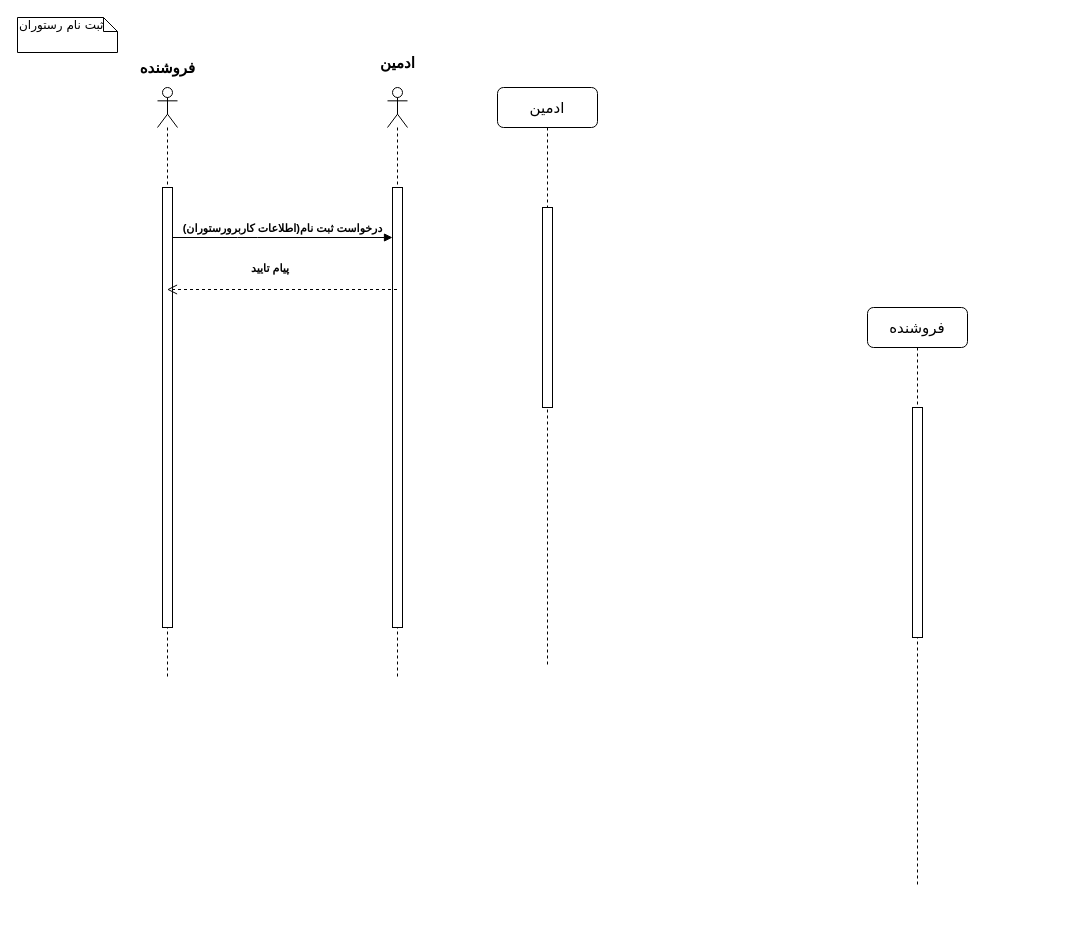
This is seller_signup.drawio from khoramian/TahDig_SoftwareEngineering, a draw.io file, before an edit. Source tidied: cells renumbered, new cells numbered last; positions are measured from the earlier drawing's top-left corner, leaving out a move shared by most shapes. Both pictures are drawn from the tidied source at 100%, with x=0, y=0 at pixel (17, 17).
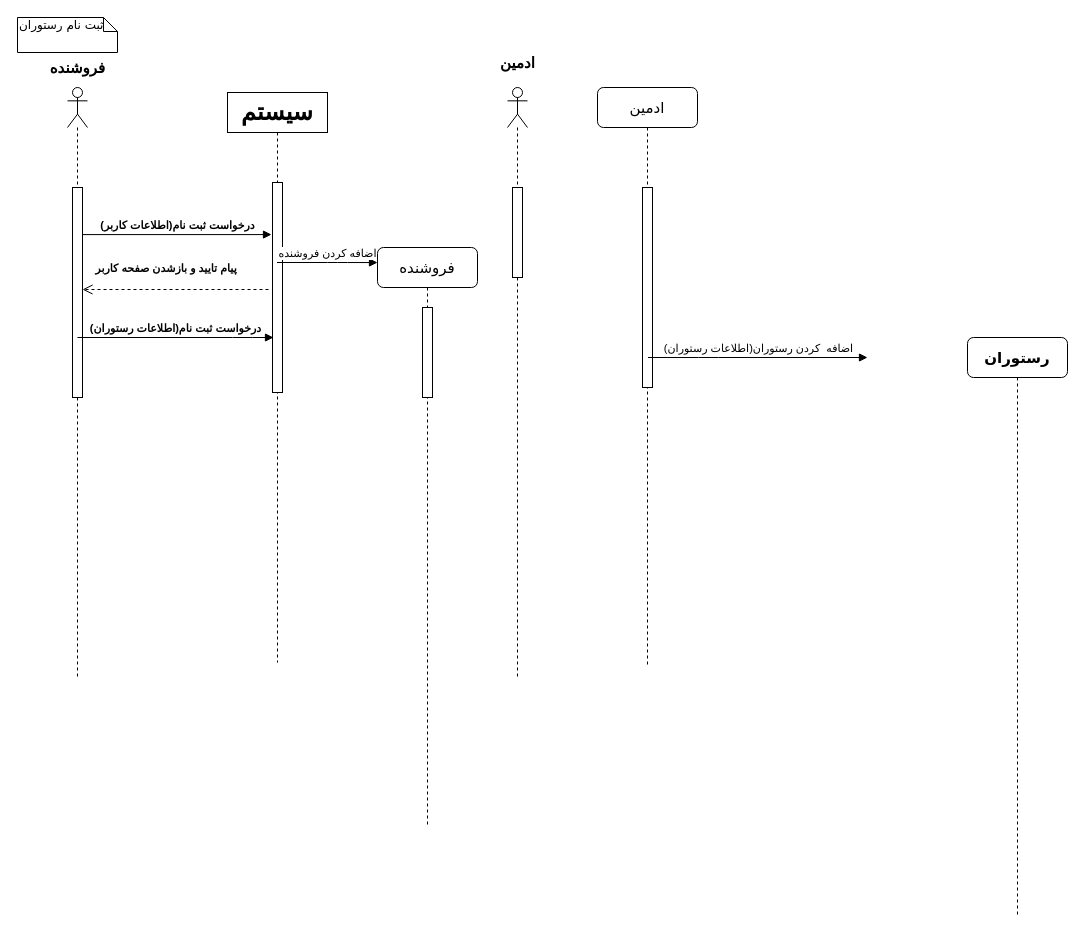
The same diagram, later.

Change to the diagram source:
```diff
@@
     <mxCell id="2" value="&lt;font style=&quot;font-size: 15px&quot;&gt;فروشنده&lt;/font&gt;" style="shape=umlLifeline;perimeter=lifelinePerimeter;whiteSpace=wrap;html=1;outlineConnect=0;rounded=1;shadow=0;comic=0;labelBackgroundColor=none;strokeWidth=1;fontFamily=Verdana;fontSize=12;align=center;" parent="1" vertex="1">
-      <mxGeometry x="850" y="290" width="100" height="580" as="geometry" />
+      <mxGeometry x="360" y="230" width="100" height="580" as="geometry" />
     </mxCell>
-    <mxCell id="3" style="html=1;perimeter=orthogonalPerimeter;rounded=0;shadow=0;comic=0;labelBackgroundColor=none;strokeWidth=1;fontFamily=Verdana;fontSize=12;align=center;" parent="2" vertex="1">
-      <mxGeometry x="45" y="100" width="10" height="230" as="geometry" />
-    </mxCell>
+    <mxCell id="15" style="html=1;perimeter=orthogonalPerimeter;rounded=0;shadow=0;comic=0;labelBackgroundColor=none;strokeWidth=1;fontFamily=Verdana;fontSize=12;align=center;" parent="2" vertex="1">
+      <mxGeometry x="45" y="60" width="10" height="90" as="geometry" />
+    </mxCell>
     <mxCell id="4" value="&lt;font style=&quot;font-size: 15px&quot;&gt;ادمین&lt;/font&gt;" style="shape=umlLifeline;perimeter=lifelinePerimeter;whiteSpace=wrap;html=1;rounded=1;shadow=0;comic=0;labelBackgroundColor=none;strokeWidth=1;fontFamily=Verdana;fontSize=12;align=center;" parent="1" vertex="1">
-      <mxGeometry x="480" y="70" width="100" height="580" as="geometry" />
+      <mxGeometry x="580" y="70" width="100" height="580" as="geometry" />
     </mxCell>
     <mxCell id="5" style="html=1;perimeter=orthogonalPerimeter;rounded=0;shadow=0;comic=0;labelBackgroundColor=none;strokeWidth=1;fontFamily=Verdana;fontSize=12;align=center;" parent="4" vertex="1">
-      <mxGeometry x="45" y="120" width="10" height="200" as="geometry" />
+      <mxGeometry x="45" y="100" width="10" height="200" as="geometry" />
     </mxCell>
@@
     <mxCell id="7" style="shape=umlLifeline;participant=umlActor;perimeter=lifelinePerimeter;whiteSpace=wrap;html=1;verticalAlign=top;spacingTop=36;" parent="1" vertex="1">
-      <mxGeometry x="140" y="70" width="20" height="590" as="geometry" />
+      <mxGeometry x="50" y="70" width="20" height="590" as="geometry" />
     </mxCell>
     <mxCell id="8" style="html=1;points=[];perimeter=orthogonalPerimeter;rounded=0;shadow=0;comic=0;labelBackgroundColor=none;strokeWidth=1;fontFamily=Verdana;fontSize=12;align=center;" parent="1" vertex="1">
-      <mxGeometry x="145" y="170" width="10" height="440" as="geometry" />
+      <mxGeometry x="55" y="170" width="10" height="210" as="geometry" />
     </mxCell>
     <mxCell id="9" value="&lt;font style=&quot;font-size: 15px&quot;&gt;&lt;b&gt;فروشنده&lt;/b&gt;&lt;/font&gt;" style="text;html=1;align=center;verticalAlign=middle;" parent="1" vertex="1">
-      <mxGeometry x="120" y="40" width="60" height="20" as="geometry" />
+      <mxGeometry x="30" y="40" width="60" height="20" as="geometry" />
     </mxCell>
     <mxCell id="10" style="shape=umlLifeline;participant=umlActor;perimeter=lifelinePerimeter;whiteSpace=wrap;html=1;verticalAlign=top;spacingTop=36;" parent="1" vertex="1">
-      <mxGeometry x="370" y="70" width="20" height="590" as="geometry" />
+      <mxGeometry x="490" y="70" width="20" height="590" as="geometry" />
     </mxCell>
-    <mxCell id="11" style="html=1;points=[];perimeter=orthogonalPerimeter;rounded=0;shadow=0;comic=0;labelBackgroundColor=none;strokeWidth=1;fontFamily=Verdana;fontSize=12;align=center;" parent="10" vertex="1">
-      <mxGeometry x="5" y="100" width="10" height="440" as="geometry" />
-    </mxCell>
     <mxCell id="12" value="&lt;b&gt;&lt;font style=&quot;font-size: 15px&quot;&gt;ادمین&lt;/font&gt;&lt;/b&gt;" style="text;html=1;align=center;verticalAlign=middle;" parent="1" vertex="1">
-      <mxGeometry x="360" y="35" width="40" height="20" as="geometry" />
+      <mxGeometry x="480" y="35" width="40" height="20" as="geometry" />
     </mxCell>
-    <mxCell id="13" value="&lt;b&gt;درخواست ثبت نام(اطلاعات کاربرورستوران)&lt;/b&gt;" style="html=1;verticalAlign=bottom;endArrow=block;" parent="1" edge="1" source="8" target="11">
-      <mxGeometry relative="1" as="geometry">
-        <Array as="points">
-          <mxPoint x="230" y="220" />
-        </Array>
-      </mxGeometry>
+    <mxCell id="13" value="&lt;b&gt;درخواست ثبت نام(اطلاعات کاربر)&lt;/b&gt;" style="html=1;verticalAlign=bottom;endArrow=block;entryX=-0.1;entryY=0.248;entryDx=0;entryDy=0;entryPerimeter=0;" parent="1" edge="1" source="8" target="17">
+      <mxGeometry relative="1" as="geometry" />
     </mxCell>
-    <mxCell id="14" value="&lt;b&gt;&amp;nbsp;پیام تایید&lt;br&gt;&lt;/b&gt;" style="html=1;verticalAlign=bottom;endArrow=open;dashed=1;endSize=8;" parent="1" edge="1">
+    <mxCell id="14" value="&lt;b&gt;&amp;nbsp;پیام تایید و بازشدن صفحه کاربر&lt;br&gt;&lt;/b&gt;" style="html=1;verticalAlign=bottom;endArrow=open;dashed=1;endSize=8;" parent="1" edge="1">
       <mxGeometry x="0.13" y="-12" relative="1" as="geometry">
-        <mxPoint x="379.5" y="272" as="sourcePoint" />
-        <mxPoint x="149.5" y="272" as="targetPoint" />
+        <mxPoint x="251" y="272" as="sourcePoint" />
+        <mxPoint x="65" y="272" as="targetPoint" />
         <Array as="points">
-          <mxPoint x="250" y="272" />
+          <mxPoint x="165.5" y="272" />
         </Array>
         <mxPoint x="1" as="offset" />
       </mxGeometry>
     </mxCell>
+    <mxCell id="16" value="&lt;b&gt;&lt;font style=&quot;font-size: 24px&quot;&gt;سیستم &lt;br&gt;&lt;/font&gt;&lt;/b&gt;" style="shape=umlLifeline;perimeter=lifelinePerimeter;whiteSpace=wrap;html=1;outlineConnect=0;" parent="1" vertex="1">
+      <mxGeometry x="210" y="75" width="100" height="570" as="geometry" />
+    </mxCell>
+    <mxCell id="17" style="html=1;points=[];perimeter=orthogonalPerimeter;rounded=0;shadow=0;comic=0;labelBackgroundColor=none;strokeWidth=1;fontFamily=Verdana;fontSize=12;align=center;" parent="16" vertex="1">
+      <mxGeometry x="45" y="90" width="10" height="210" as="geometry" />
+    </mxCell>
+    <mxCell id="18" value="اضافه کردن فروشنده" style="html=1;verticalAlign=bottom;endArrow=block;entryX=0;entryY=0.026;entryDx=0;entryDy=0;entryPerimeter=0;" parent="1" edge="1" source="16" target="2">
+      <mxGeometry relative="1" as="geometry">
+        <Array as="points">
+          <mxPoint x="320" y="245" />
+        </Array>
+      </mxGeometry>
+    </mxCell>
+    <mxCell id="11" style="html=1;points=[];perimeter=orthogonalPerimeter;rounded=0;shadow=0;comic=0;labelBackgroundColor=none;strokeWidth=1;fontFamily=Verdana;fontSize=12;align=center;" parent="1" vertex="1">
+      <mxGeometry x="495" y="170" width="10" height="90" as="geometry" />
+    </mxCell>
+    <mxCell id="19" value="&lt;font style=&quot;font-size: 15px&quot;&gt;&lt;b&gt;رستوران&lt;/b&gt;&lt;/font&gt;" style="shape=umlLifeline;perimeter=lifelinePerimeter;whiteSpace=wrap;html=1;rounded=1;shadow=0;comic=0;labelBackgroundColor=none;strokeWidth=1;fontFamily=Verdana;fontSize=12;align=center;" parent="1" vertex="1">
+      <mxGeometry x="950" y="320" width="100" height="580" as="geometry" />
+    </mxCell>
+    <mxCell id="20" value="اضافه&amp;nbsp; کردن رستوران(اطلاعات رستوران)" style="html=1;verticalAlign=bottom;endArrow=block;" parent="1" edge="1">
+      <mxGeometry relative="1" as="geometry">
+        <mxPoint x="630.5" y="340" as="sourcePoint" />
+        <mxPoint x="850" y="340" as="targetPoint" />
+        <Array as="points">
+          <mxPoint x="691" y="340" />
+        </Array>
+      </mxGeometry>
+    </mxCell>
+    <mxCell id="21" value="&lt;b&gt;درخواست ثبت نام(اطلاعات رستوران)&lt;/b&gt;" style="html=1;verticalAlign=bottom;endArrow=block;" parent="1" edge="1">
+      <mxGeometry relative="1" as="geometry">
+        <mxPoint x="60" y="320" as="sourcePoint" />
+        <mxPoint x="256" y="320" as="targetPoint" />
+        <Array as="points">
+          <mxPoint x="225" y="320" />
+        </Array>
+      </mxGeometry>
+    </mxCell>
```
